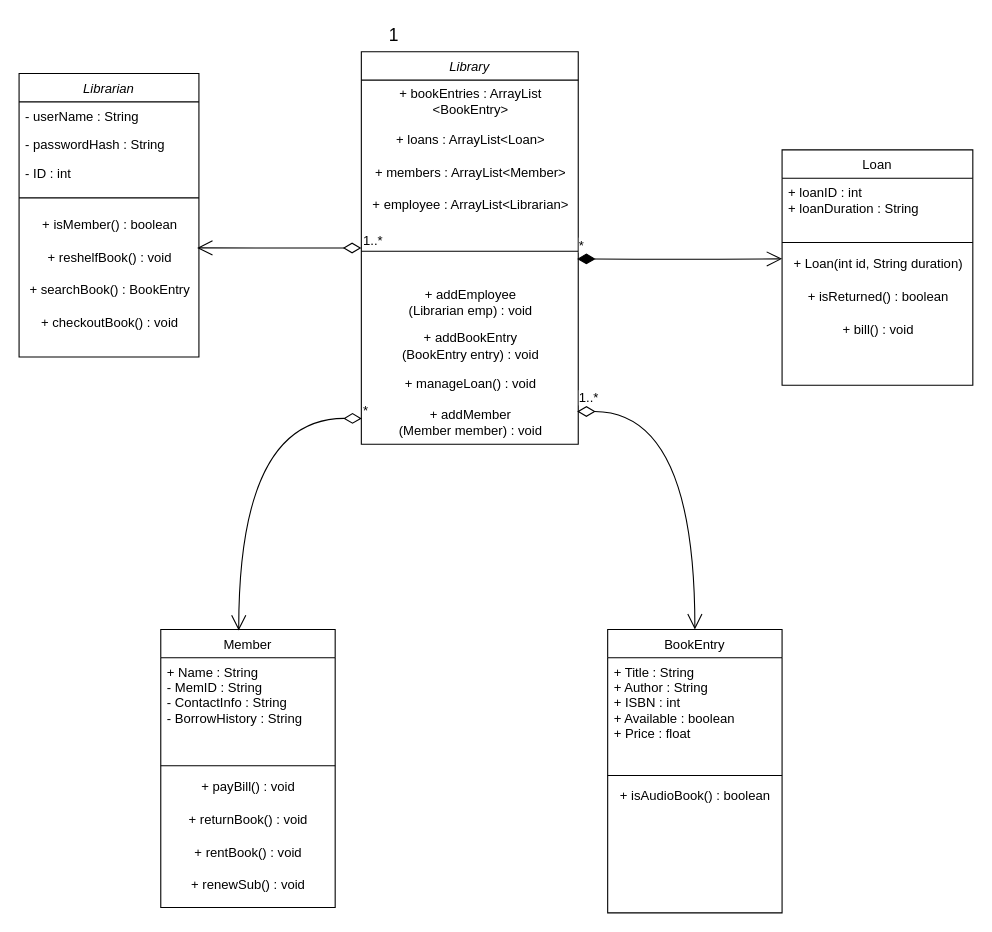
This is Untitled Diagram.drawio from Twpendleton/ClassUMLDiagram, a draw.io file, before an edit. Source tidied: cells renumbered, new cells numbered last; positions are measured from the earlier drawing's top-left corner, leaving out a move shared by most shapes. Both pictures are drawn from the tidied source at 109%, with x=0, y=0 at pixel (19, 19).
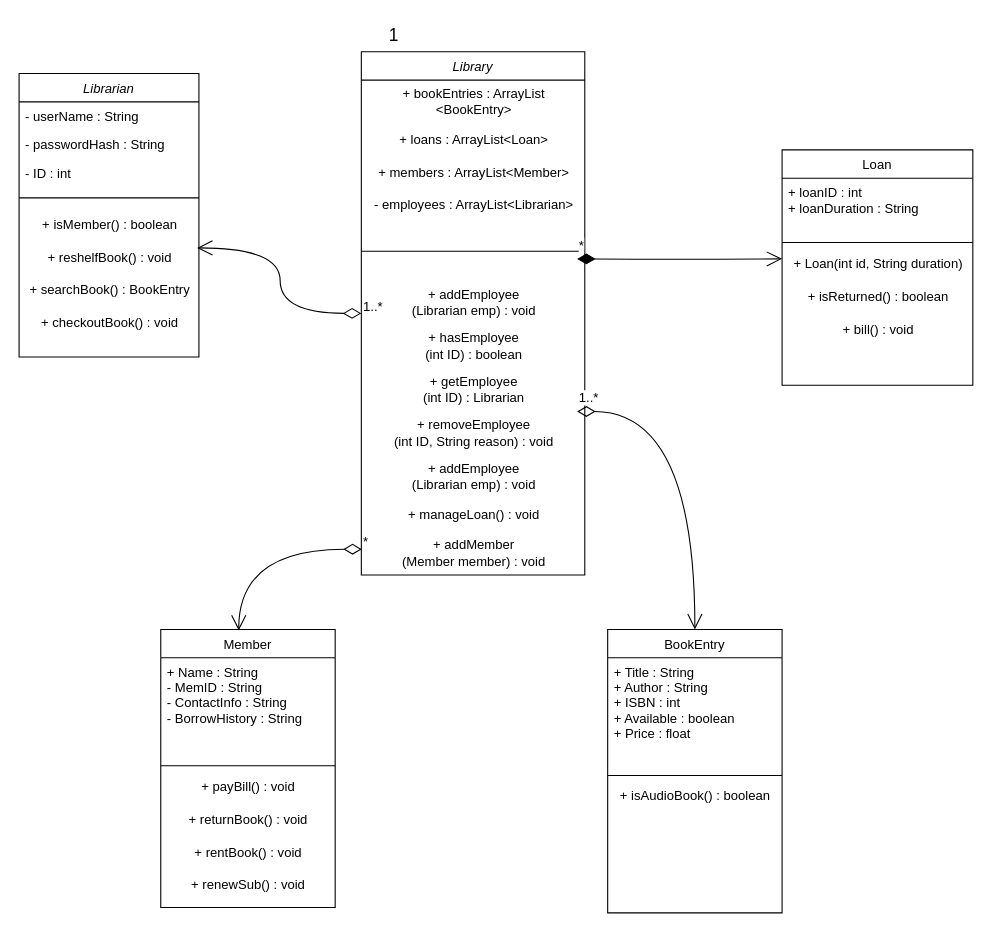
The same page after the edit.

Commit message:
Restrict public employee data in Library

Change to the diagram source:
```diff
@@
     <mxCell id="28" value="Library" style="swimlane;fontStyle=2;align=center;verticalAlign=top;horizontal=1;startSize=26;rounded=0;shadow=0;strokeWidth=1;" parent="1" vertex="1">
-      <mxGeometry x="314" y="30" width="199" height="360" as="geometry" />
+      <mxGeometry x="314" y="30" width="205" height="480" as="geometry" />
     </mxCell>
     <mxCell id="29" value="+ bookEntries : ArrayList&lt;div&gt;&amp;lt;BookEntry&amp;gt;&lt;/div&gt;" style="text;html=1;align=center;verticalAlign=middle;strokeColor=none;fillColor=none;" parent="28" vertex="1">
-      <mxGeometry y="26" width="199" height="40" as="geometry" />
+      <mxGeometry y="26" width="205" height="40" as="geometry" />
     </mxCell>
     <mxCell id="30" value="+ loans : ArrayList&amp;lt;Loan&amp;gt;" style="text;html=1;align=center;verticalAlign=middle;strokeColor=none;fillColor=none;" parent="28" vertex="1">
-      <mxGeometry y="66" width="199" height="30" as="geometry" />
+      <mxGeometry y="66" width="205" height="30" as="geometry" />
     </mxCell>
     <mxCell id="31" value="+ members : ArrayList&amp;lt;Member&amp;gt;" style="text;html=1;align=center;verticalAlign=middle;strokeColor=none;fillColor=none;" parent="28" vertex="1">
-      <mxGeometry y="96" width="199" height="30" as="geometry" />
+      <mxGeometry y="96" width="205" height="30" as="geometry" />
     </mxCell>
-    <mxCell id="32" value="+ employee : ArrayList&amp;lt;Librarian&amp;gt;" style="text;html=1;align=center;verticalAlign=middle;strokeColor=none;fillColor=none;" parent="28" vertex="1">
-      <mxGeometry y="126" width="199" height="30" as="geometry" />
+    <mxCell id="32" value="- employees : ArrayList&amp;lt;Librarian&amp;gt;" style="text;html=1;align=center;verticalAlign=middle;strokeColor=none;fillColor=none;" parent="28" vertex="1">
+      <mxGeometry y="126" width="205" height="30" as="geometry" />
     </mxCell>
     <mxCell id="33" style="line;html=1;strokeWidth=1;align=left;verticalAlign=middle;spacingTop=-1;spacingLeft=3;spacingRight=3;labelPosition=right;" parent="28" vertex="1">
-      <mxGeometry y="156" width="199" height="54" as="geometry" />
+      <mxGeometry y="156" width="205" height="54" as="geometry" />
     </mxCell>
     <mxCell id="34" value="+ addEmployee&lt;div&gt;(Librarian emp)&amp;nbsp;&lt;span style=&quot;background-color: initial;&quot;&gt;: void&lt;/span&gt;&lt;/div&gt;" style="text;html=1;align=center;verticalAlign=middle;strokeColor=none;fillColor=none;" parent="28" vertex="1">
-      <mxGeometry y="210" width="199" height="40" as="geometry" />
+      <mxGeometry y="210" width="205" height="40" as="geometry" />
     </mxCell>
-    <mxCell id="35" value="+ addBookEntry&lt;div&gt;(BookEntry entry) : void&lt;/div&gt;" style="text;html=1;align=center;verticalAlign=middle;strokeColor=none;fillColor=none;" parent="28" vertex="1">
-      <mxGeometry y="250" width="199" height="40" as="geometry" />
+    <mxCell id="35" value="+ hasEmployee&lt;div&gt;(int ID) : boolean&lt;/div&gt;" style="text;html=1;align=center;verticalAlign=middle;strokeColor=none;fillColor=none;" parent="28" vertex="1">
+      <mxGeometry y="250" width="205" height="40" as="geometry" />
     </mxCell>
+    <mxCell id="43" value="+ getEmployee&lt;div&gt;(int ID)&amp;nbsp;&lt;span style=&quot;background-color: initial;&quot;&gt;: Librarian&lt;/span&gt;&lt;/div&gt;" style="text;html=1;align=center;verticalAlign=middle;strokeColor=none;fillColor=none;" parent="28" vertex="1">
+      <mxGeometry y="290" width="205" height="40" as="geometry" />
+    </mxCell>
+    <mxCell id="44" value="+ removeEmployee&lt;div&gt;(int ID, String reason)&amp;nbsp;&lt;span style=&quot;background-color: initial;&quot;&gt;: void&lt;/span&gt;&lt;/div&gt;" style="text;html=1;align=center;verticalAlign=middle;strokeColor=none;fillColor=none;" parent="28" vertex="1">
+      <mxGeometry y="330" width="205" height="40" as="geometry" />
+    </mxCell>
+    <mxCell id="45" value="+ addEmployee&lt;div&gt;(Librarian emp)&amp;nbsp;&lt;span style=&quot;background-color: initial;&quot;&gt;: void&lt;/span&gt;&lt;/div&gt;" style="text;html=1;align=center;verticalAlign=middle;strokeColor=none;fillColor=none;" parent="28" vertex="1">
+      <mxGeometry y="370" width="205" height="40" as="geometry" />
+    </mxCell>
     <mxCell id="36" value="+ manageLoan() : void" style="text;html=1;align=center;verticalAlign=middle;strokeColor=none;fillColor=none;" parent="28" vertex="1">
-      <mxGeometry y="290" width="199" height="30" as="geometry" />
+      <mxGeometry y="410" width="205" height="30" as="geometry" />
     </mxCell>
     <mxCell id="37" value="+ addMember&lt;div&gt;(Member member) : void&lt;/div&gt;" style="text;html=1;align=center;verticalAlign=middle;points=[];strokeColor=none;fillColor=none;" parent="28" vertex="1">
-      <mxGeometry y="320" width="199" height="40" as="geometry" />
+      <mxGeometry y="440" width="205" height="40" as="geometry" />
     </mxCell>
```
